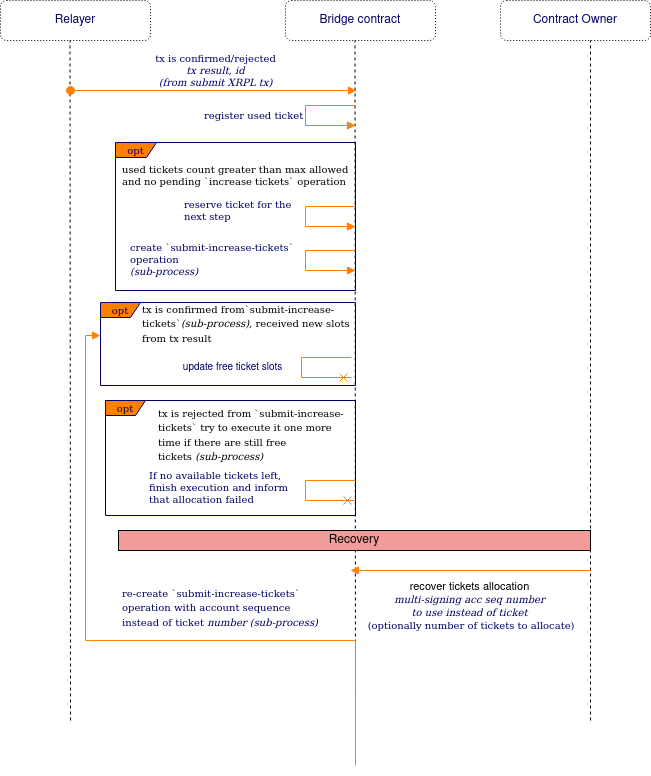
CoreumFoundation/coreumbridge-xrpl keeps this draw.io diagram as spec/img/allocate-ticket.png. Above is the earlier version. Source tidied: cells renumbered, new cells last; positions are measured from the earlier drawing's top-left corner, leaving out a move shared by most shapes.
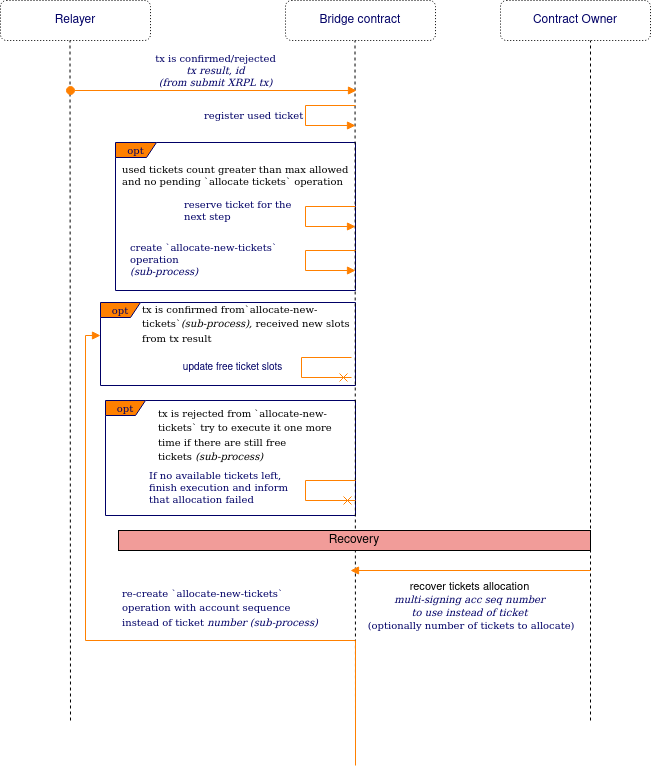
The same file after the commit.

Commit message:
rename submit-increase-tickets to allocate-new-tickets

What changed in the source:
```diff
@@ -5,7 +5,7 @@
     <mxCell id="2" value="opt" style="shape=umlFrame;whiteSpace=wrap;html=1;strokeColor=#000066;fillColor=#FF8000;fontFamily=Tahoma;fontSize=10;fontColor=#000066;align=center;width=40;height=15;" parent="1" vertex="1">
       <mxGeometry x="100" y="302" width="255" height="83" as="geometry" />
     </mxCell>
-    <mxCell id="3" value="&lt;span style=&quot;font-family: Tahoma; font-size: 10px; font-style: normal; font-variant-ligatures: normal; font-variant-caps: normal; font-weight: 400; letter-spacing: normal; orphans: 2; text-align: left; text-indent: 0px; text-transform: none; widows: 2; word-spacing: 0px; -webkit-text-stroke-width: 0px; background-color: rgb(255, 255, 255); text-decoration-thickness: initial; text-decoration-style: initial; text-decoration-color: initial; float: none; display: inline !important;&quot;&gt;tx is confirmed from&lt;/span&gt;&lt;span style=&quot;font-family: Tahoma; font-size: 10px; font-style: normal; font-variant-ligatures: normal; font-variant-caps: normal; font-weight: 400; letter-spacing: normal; orphans: 2; text-align: left; text-indent: 0px; text-transform: none; widows: 2; word-spacing: 0px; -webkit-text-stroke-width: 0px; background-color: rgb(255, 255, 255); text-decoration-thickness: initial; text-decoration-style: initial; text-decoration-color: initial; float: none; display: inline !important;&quot;&gt;`submit-increase-tickets`&lt;/span&gt;&lt;span style=&quot;border-color: var(--border-color); font-family: Tahoma; font-size: 10px; font-style: normal; font-variant-ligatures: normal; font-variant-caps: normal; font-weight: 400; letter-spacing: normal; orphans: 2; text-align: left; text-indent: 0px; text-transform: none; widows: 2; word-spacing: 0px; -webkit-text-stroke-width: 0px; text-decoration-thickness: initial; text-decoration-style: initial; text-decoration-color: initial;&quot;&gt;&lt;i style=&quot;border-color: var(--border-color);&quot;&gt;(sub-process),&amp;nbsp;&lt;/i&gt;received new slots &lt;br&gt;from tx result&lt;/span&gt;" style="text;whiteSpace=wrap;html=1;fontColor=#000000;" parent="1" vertex="1">
+    <mxCell id="3" value="&lt;span style=&quot;font-family: Tahoma; font-size: 10px; font-style: normal; font-variant-ligatures: normal; font-variant-caps: normal; font-weight: 400; letter-spacing: normal; orphans: 2; text-align: left; text-indent: 0px; text-transform: none; widows: 2; word-spacing: 0px; -webkit-text-stroke-width: 0px; background-color: rgb(255, 255, 255); text-decoration-thickness: initial; text-decoration-style: initial; text-decoration-color: initial; float: none; display: inline !important;&quot;&gt;tx is confirmed from&lt;/span&gt;&lt;span style=&quot;font-family: Tahoma; font-size: 10px; font-style: normal; font-variant-ligatures: normal; font-variant-caps: normal; font-weight: 400; letter-spacing: normal; orphans: 2; text-align: left; text-indent: 0px; text-transform: none; widows: 2; word-spacing: 0px; -webkit-text-stroke-width: 0px; background-color: rgb(255, 255, 255); text-decoration-thickness: initial; text-decoration-style: initial; text-decoration-color: initial; float: none; display: inline !important;&quot;&gt;`allocate-new-tickets`&lt;/span&gt;&lt;span style=&quot;border-color: var(--border-color); font-family: Tahoma; font-size: 10px; font-style: normal; font-variant-ligatures: normal; font-variant-caps: normal; font-weight: 400; letter-spacing: normal; orphans: 2; text-align: left; text-indent: 0px; text-transform: none; widows: 2; word-spacing: 0px; -webkit-text-stroke-width: 0px; text-decoration-thickness: initial; text-decoration-style: initial; text-decoration-color: initial;&quot;&gt;&lt;i style=&quot;border-color: var(--border-color);&quot;&gt;(sub-process),&amp;nbsp;&lt;/i&gt;received new slots &lt;br&gt;from tx result&lt;/span&gt;" style="text;whiteSpace=wrap;html=1;fontColor=#000000;" parent="1" vertex="1">
       <mxGeometry x="140" y="296" width="210" height="56" as="geometry" />
     </mxCell>
     <mxCell id="4" value="opt" style="shape=umlFrame;whiteSpace=wrap;html=1;strokeColor=#000066;fillColor=#FF8000;fontFamily=Tahoma;fontSize=10;fontColor=#000066;align=center;width=40;height=15;" parent="1" vertex="1">
@@ -58,10 +58,10 @@
         </Array>
       </mxGeometry>
     </mxCell>
-    <mxCell id="14" value="used tickets count greater than max allowed&lt;br&gt;and no pending `increase tickets` operation" style="text;html=1;align=left;verticalAlign=top;spacingTop=-4;fontSize=10;fontFamily=Tahoma;fontColor=#000000;" parent="1" vertex="1">
-      <mxGeometry x="120" y="160" width="220" height="30" as="geometry" />
+    <mxCell id="14" value="used tickets count greater than max allowed&lt;br&gt;and no pending `allocate tickets` operation" style="text;html=1;align=left;verticalAlign=top;spacingTop=-4;fontSize=10;fontFamily=Tahoma;fontColor=#000000;" parent="1" vertex="1">
+      <mxGeometry x="120" y="160" width="250" height="30" as="geometry" />
     </mxCell>
-    <mxCell id="15" value="create `submit-increase-tickets`&lt;br&gt;operation&lt;br&gt;&lt;i&gt;(sub-process)&lt;/i&gt;" style="edgeStyle=orthogonalEdgeStyle;html=1;align=left;spacingLeft=2;endArrow=block;rounded=0;strokeColor=#FF8000;fontFamily=Tahoma;fontSize=10;fontColor=#000066;endFill=1;" parent="1" edge="1">
+    <mxCell id="15" value="create `allocate-new-tickets`&lt;br&gt;operation&lt;br&gt;&lt;i&gt;(sub-process)&lt;/i&gt;" style="edgeStyle=orthogonalEdgeStyle;html=1;align=left;spacingLeft=2;endArrow=block;rounded=0;strokeColor=#FF8000;fontFamily=Tahoma;fontSize=10;fontColor=#000066;endFill=1;" parent="1" edge="1">
       <mxGeometry x="-0.02" y="-179" relative="1" as="geometry">
         <mxPoint x="355" y="250" as="sourcePoint" />
         <mxPoint x="355" y="270" as="targetPoint" />
@@ -86,7 +86,7 @@
         <mxPoint x="-66" y="2" as="offset" />
       </mxGeometry>
     </mxCell>
-    <mxCell id="18" value="&lt;span style=&quot;font-family: Tahoma; font-size: 10px; font-style: normal; font-variant-ligatures: normal; font-variant-caps: normal; font-weight: 400; letter-spacing: normal; orphans: 2; text-align: left; text-indent: 0px; text-transform: none; widows: 2; word-spacing: 0px; -webkit-text-stroke-width: 0px; background-color: rgb(255, 255, 255); text-decoration-thickness: initial; text-decoration-style: initial; text-decoration-color: initial; float: none; display: inline !important;&quot;&gt;tx is rejected from&amp;nbsp;&lt;/span&gt;&lt;span style=&quot;font-family: Tahoma; font-size: 10px; font-style: normal; font-variant-ligatures: normal; font-variant-caps: normal; font-weight: 400; letter-spacing: normal; orphans: 2; text-align: left; text-indent: 0px; text-transform: none; widows: 2; word-spacing: 0px; -webkit-text-stroke-width: 0px; background-color: rgb(255, 255, 255); text-decoration-thickness: initial; text-decoration-style: initial; text-decoration-color: initial; float: none; display: inline !important;&quot;&gt;`submit-increase-tickets` try to execute it one more time if there are still free tickets&amp;nbsp;&lt;/span&gt;&lt;span style=&quot;border-color: var(--border-color); font-family: Tahoma; font-size: 10px; font-style: normal; font-variant-ligatures: normal; font-variant-caps: normal; font-weight: 400; letter-spacing: normal; orphans: 2; text-align: left; text-indent: 0px; text-transform: none; widows: 2; word-spacing: 0px; -webkit-text-stroke-width: 0px; text-decoration-thickness: initial; text-decoration-style: initial; text-decoration-color: initial;&quot;&gt;&lt;i style=&quot;border-color: var(--border-color);&quot;&gt;(sub-process)&lt;/i&gt;&lt;/span&gt;" style="text;whiteSpace=wrap;html=1;fontColor=#000000;" parent="1" vertex="1">
+    <mxCell id="18" value="&lt;span style=&quot;font-family: Tahoma; font-size: 10px; font-style: normal; font-variant-ligatures: normal; font-variant-caps: normal; font-weight: 400; letter-spacing: normal; orphans: 2; text-align: left; text-indent: 0px; text-transform: none; widows: 2; word-spacing: 0px; -webkit-text-stroke-width: 0px; background-color: rgb(255, 255, 255); text-decoration-thickness: initial; text-decoration-style: initial; text-decoration-color: initial; float: none; display: inline !important;&quot;&gt;tx is rejected from&amp;nbsp;&lt;/span&gt;&lt;span style=&quot;font-family: Tahoma; font-size: 10px; font-style: normal; font-variant-ligatures: normal; font-variant-caps: normal; font-weight: 400; letter-spacing: normal; orphans: 2; text-align: left; text-indent: 0px; text-transform: none; widows: 2; word-spacing: 0px; -webkit-text-stroke-width: 0px; background-color: rgb(255, 255, 255); text-decoration-thickness: initial; text-decoration-style: initial; text-decoration-color: initial; float: none; display: inline !important;&quot;&gt;`allocate-new-tickets` try to execute it one more time if there are still free tickets&amp;nbsp;&lt;/span&gt;&lt;span style=&quot;border-color: var(--border-color); font-family: Tahoma; font-size: 10px; font-style: normal; font-variant-ligatures: normal; font-variant-caps: normal; font-weight: 400; letter-spacing: normal; orphans: 2; text-align: left; text-indent: 0px; text-transform: none; widows: 2; word-spacing: 0px; -webkit-text-stroke-width: 0px; text-decoration-thickness: initial; text-decoration-style: initial; text-decoration-color: initial;&quot;&gt;&lt;i style=&quot;border-color: var(--border-color);&quot;&gt;(sub-process)&lt;/i&gt;&lt;/span&gt;" style="text;whiteSpace=wrap;html=1;fontColor=#000000;" parent="1" vertex="1">
       <mxGeometry x="156" y="400" width="194" height="38" as="geometry" />
     </mxCell>
     <mxCell id="19" value="Recovery" style="rounded=0;whiteSpace=wrap;html=1;fillColor=#F19C99;" parent="1" vertex="1">
@@ -140,7 +140,7 @@
         <mxPoint x="41" y="35" as="offset" />
       </mxGeometry>
     </mxCell>
-    <mxCell id="27" value="&lt;span style=&quot;border-color: var(--border-color); font-style: normal; font-variant-ligatures: normal; font-variant-caps: normal; font-weight: 400; letter-spacing: normal; orphans: 2; text-indent: 0px; text-transform: none; widows: 2; word-spacing: 0px; -webkit-text-stroke-width: 0px; text-decoration-thickness: initial; text-decoration-style: initial; text-decoration-color: initial; color: rgb(0, 0, 102); font-family: Tahoma; font-size: 10px; text-align: center; background-color: rgb(255, 255, 255); float: none; display: inline !important;&quot;&gt;re-create `submit-increase-tickets`&amp;nbsp;&lt;br style=&quot;border-color: var(--border-color);&quot;&gt;&lt;/span&gt;&lt;span style=&quot;border-color: var(--border-color); font-style: normal; font-variant-ligatures: normal; font-variant-caps: normal; font-weight: 400; letter-spacing: normal; orphans: 2; text-align: left; text-indent: 0px; text-transform: none; widows: 2; word-spacing: 0px; -webkit-text-stroke-width: 0px; text-decoration-thickness: initial; text-decoration-style: initial; text-decoration-color: initial; color: rgb(0, 0, 102); font-family: Tahoma; font-size: 10px; background-color: rgb(255, 255, 255);&quot;&gt;operation with account sequence instead of ticket&lt;/span&gt;&lt;i style=&quot;border-color: var(--border-color); font-variant-ligatures: normal; font-variant-caps: normal; font-weight: 400; letter-spacing: normal; orphans: 2; text-align: left; text-indent: 0px; text-transform: none; widows: 2; word-spacing: 0px; -webkit-text-stroke-width: 0px; text-decoration-thickness: initial; text-decoration-style: initial; text-decoration-color: initial; color: rgb(0, 0, 102); font-family: Tahoma; font-size: 10px; background-color: rgb(255, 255, 255);&quot;&gt; number (sub-process)&lt;/i&gt;" style="text;whiteSpace=wrap;html=1;" parent="1" vertex="1">
+    <mxCell id="27" value="&lt;span style=&quot;border-color: var(--border-color); font-style: normal; font-variant-ligatures: normal; font-variant-caps: normal; font-weight: 400; letter-spacing: normal; orphans: 2; text-indent: 0px; text-transform: none; widows: 2; word-spacing: 0px; -webkit-text-stroke-width: 0px; text-decoration-thickness: initial; text-decoration-style: initial; text-decoration-color: initial; color: rgb(0, 0, 102); font-family: Tahoma; font-size: 10px; text-align: center; background-color: rgb(255, 255, 255); float: none; display: inline !important;&quot;&gt;re-create `allocate-new-tickets`&amp;nbsp;&lt;br style=&quot;border-color: var(--border-color);&quot;&gt;&lt;/span&gt;&lt;span style=&quot;border-color: var(--border-color); font-style: normal; font-variant-ligatures: normal; font-variant-caps: normal; font-weight: 400; letter-spacing: normal; orphans: 2; text-align: left; text-indent: 0px; text-transform: none; widows: 2; word-spacing: 0px; -webkit-text-stroke-width: 0px; text-decoration-thickness: initial; text-decoration-style: initial; text-decoration-color: initial; color: rgb(0, 0, 102); font-family: Tahoma; font-size: 10px; background-color: rgb(255, 255, 255);&quot;&gt;operation with account sequence instead of ticket&lt;/span&gt;&lt;i style=&quot;border-color: var(--border-color); font-variant-ligatures: normal; font-variant-caps: normal; font-weight: 400; letter-spacing: normal; orphans: 2; text-align: left; text-indent: 0px; text-transform: none; widows: 2; word-spacing: 0px; -webkit-text-stroke-width: 0px; text-decoration-thickness: initial; text-decoration-style: initial; text-decoration-color: initial; color: rgb(0, 0, 102); font-family: Tahoma; font-size: 10px; background-color: rgb(255, 255, 255);&quot;&gt; number (sub-process)&lt;/i&gt;" style="text;whiteSpace=wrap;html=1;" parent="1" vertex="1">
       <mxGeometry x="120" y="580" width="210" height="70" as="geometry" />
     </mxCell>
   </root>
```
